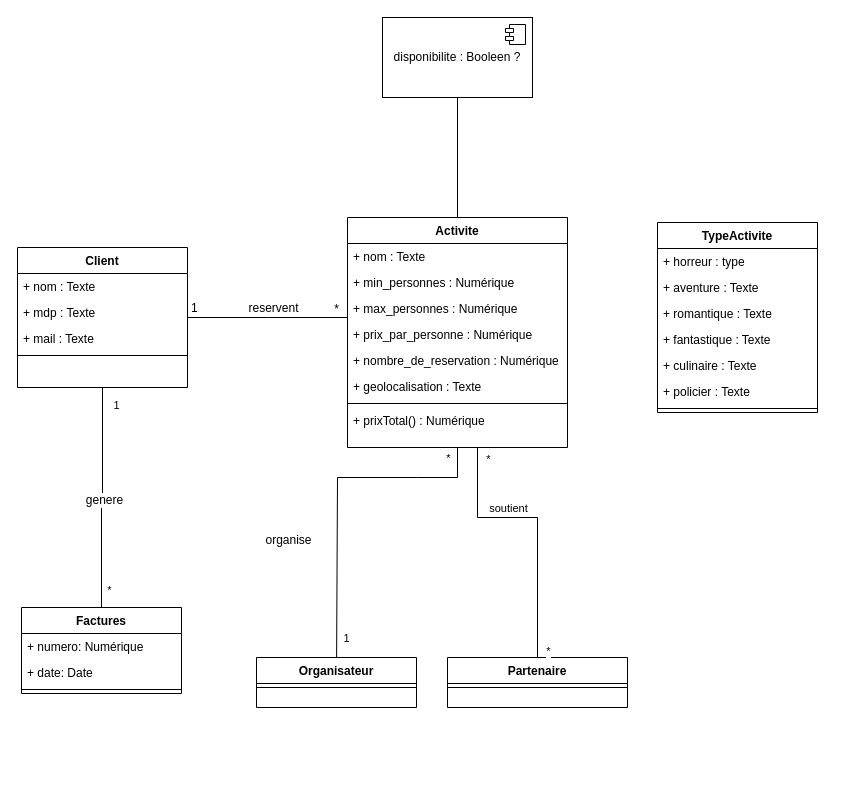
Jeremy-Cloarec/back-mystifolie keeps this draw.io diagram as Diagramme sans nom.drawio. Above is the earlier version. Source tidied: cells renumbered, new cells numbered last; positions are measured from the earlier drawing's top-left corner, leaving out a move shared by most shapes. Both pictures are drawn from the tidied source at 100%, with x=0, y=0 at pixel (17, 17).
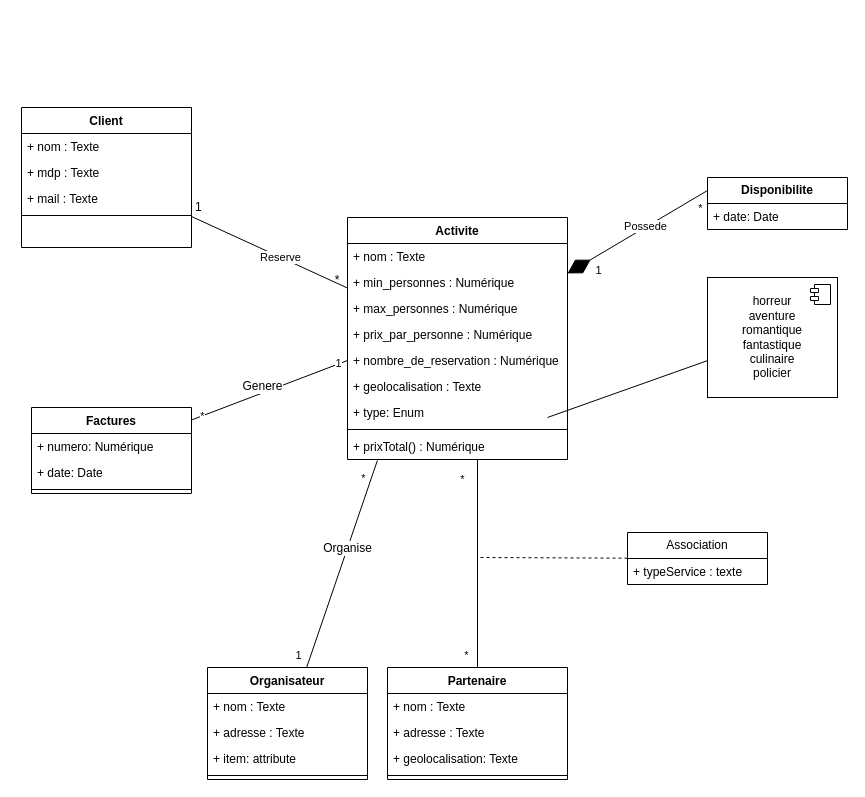
Above is the later version.

Unchanged cells that the change refers to:
```xml
<mxCell id="28" value="+ nombre_de_reservation : Numérique" style="text;align=left;verticalAlign=top;spacingLeft=4;spacingRight=4;overflow=hidden;points=[[0,0.5],[1,0.5]];portConstraint=eastwest;rounded=0;shadow=0;html=0;" parent="23" vertex="1">
  <mxGeometry y="130" width="220" height="26" as="geometry" />
</mxCell>
```

The edit, as a diff of the source:
```diff
@@
     <mxCell id="2" value="Partenaire" style="swimlane;fontStyle=1;align=center;verticalAlign=top;horizontal=1;startSize=26;rounded=0;shadow=0;strokeWidth=1;" parent="1" vertex="1">
-      <mxGeometry x="430" y="640" width="180" height="50" as="geometry" />
+      <mxGeometry x="370" y="650" width="180" height="112" as="geometry" />
     </mxCell>
+    <mxCell id="51" value="+ nom : Texte" style="text;strokeColor=none;fillColor=none;align=left;verticalAlign=top;spacingLeft=4;spacingRight=4;overflow=hidden;whiteSpace=wrap;html=1;" parent="2" vertex="1">
+      <mxGeometry y="26" width="180" height="26" as="geometry" />
+    </mxCell>
+    <mxCell id="52" value="+ adresse : Texte" style="text;strokeColor=none;fillColor=none;align=left;verticalAlign=top;spacingLeft=4;spacingRight=4;overflow=hidden;whiteSpace=wrap;html=1;" parent="2" vertex="1">
+      <mxGeometry y="52" width="180" height="26" as="geometry" />
+    </mxCell>
+    <mxCell id="53" value="+ geolocalisation: Texte" style="text;strokeColor=none;fillColor=none;align=left;verticalAlign=top;spacingLeft=4;spacingRight=4;overflow=hidden;whiteSpace=wrap;html=1;" parent="2" vertex="1">
+      <mxGeometry y="78" width="180" height="26" as="geometry" />
+    </mxCell>
     <mxCell id="3" style="line;html=1;strokeWidth=1;align=left;verticalAlign=middle;spacingTop=-1;spacingLeft=3;spacingRight=3;labelPosition=right;" parent="2" vertex="1">
-      <mxGeometry y="26" width="180" height="8" as="geometry" />
+      <mxGeometry y="104" width="180" height="8" as="geometry" />
     </mxCell>
     <mxCell id="4" value="Client" style="swimlane;fontStyle=1;align=center;verticalAlign=top;horizontal=1;startSize=26;rounded=0;shadow=0;strokeWidth=1;" parent="1" vertex="1">
-      <mxGeometry y="230" width="170" height="140" as="geometry" />
+      <mxGeometry x="4" y="90" width="170" height="140" as="geometry" />
     </mxCell>
@@
     <mxCell id="9" value="Factures" style="swimlane;fontStyle=1;align=center;verticalAlign=top;horizontal=1;startSize=26;rounded=0;shadow=0;strokeWidth=1;" parent="1" vertex="1">
-      <mxGeometry x="4" y="590" width="160" height="86" as="geometry" />
+      <mxGeometry x="14" y="390" width="160" height="86" as="geometry" />
     </mxCell>
@@
-    <mxCell id="13" style="endArrow=none;endSize=10;endFill=0;shadow=0;strokeWidth=1;rounded=0;curved=0;edgeStyle=elbowEdgeStyle;elbow=vertical;strokeColor=default;entryX=0.5;entryY=1;entryDx=0;entryDy=0;" parent="1" edge="1" source="9" target="4">
+    <mxCell id="13" style="endArrow=none;endSize=10;endFill=0;shadow=0;strokeWidth=1;rounded=0;elbow=vertical;strokeColor=default;entryX=0;entryY=0.5;entryDx=0;entryDy=0;" parent="1" edge="1" source="9" target="28">
       <mxGeometry relative="1" as="geometry" />
     </mxCell>
-    <mxCell id="14" value="genere" style="edgeLabel;html=1;align=center;verticalAlign=middle;fontSize=12;" parent="13" vertex="1">
+    <mxCell id="14" value="Genere" style="edgeLabel;html=1;align=center;verticalAlign=middle;fontSize=12;" parent="13" vertex="1">
       <mxGeometry x="-0.1" y="-2" relative="1" as="geometry">
         <mxPoint y="-9" as="offset" />
       </mxGeometry>
     </mxCell>
     <mxCell id="15" value="*" style="edgeLabel;html=1;align=center;verticalAlign=middle;" parent="13" vertex="1">
       <mxGeometry x="-0.81" y="1" relative="1" as="geometry">
-        <mxPoint x="8" y="3" as="offset" />
+        <mxPoint x="-4" y="3" as="offset" />
       </mxGeometry>
     </mxCell>
     <mxCell id="16" value="1" style="edgeLabel;html=1;align=center;verticalAlign=middle;" parent="13" vertex="1">
       <mxGeometry x="0.81" y="-1" relative="1" as="geometry">
-        <mxPoint x="12" y="-4" as="offset" />
+        <mxPoint x="5" y="-4" as="offset" />
       </mxGeometry>
     </mxCell>
-    <mxCell id="17" style="edgeStyle=none;curved=0;rounded=0;jettySize=auto;html=1;fontSize=12;startSize=8;endSize=8;entryX=0.5;entryY=1;entryDx=0;entryDy=0;endArrow=none;endFill=0;" parent="1" edge="1" source="21" target="23">
-      <mxGeometry relative="1" as="geometry">
-        <Array as="points">
-          <mxPoint x="320" y="460" />
-          <mxPoint x="400" y="460" />
-          <mxPoint x="440" y="460" />
-        </Array>
-      </mxGeometry>
+    <mxCell id="17" style="rounded=0;jettySize=auto;html=1;fontSize=12;startSize=8;endSize=8;entryX=0.136;entryY=1.035;entryDx=0;entryDy=0;endArrow=none;endFill=0;entryPerimeter=0;" parent="1" edge="1" source="21" target="31">
+      <mxGeometry relative="1" as="geometry" />
     </mxCell>
-    <mxCell id="18" value="organise" style="edgeLabel;html=1;align=center;verticalAlign=middle;fontSize=12;" parent="17" vertex="1">
+    <mxCell id="18" value="Organise" style="edgeLabel;html=1;align=center;verticalAlign=middle;fontSize=12;" parent="17" vertex="1">
       <mxGeometry x="0.03" y="4" relative="1" as="geometry">
-        <mxPoint x="-45" y="53" as="offset" />
+        <mxPoint x="8" y="-11" as="offset" />
       </mxGeometry>
     </mxCell>
     <mxCell id="19" value="*" style="edgeLabel;html=1;align=center;verticalAlign=middle;" parent="17" vertex="1">
       <mxGeometry x="0.87" relative="1" as="geometry">
-        <mxPoint x="-10" y="-11" as="offset" />
+        <mxPoint x="-10" y="4" as="offset" />
       </mxGeometry>
     </mxCell>
     <mxCell id="20" value="1" style="edgeLabel;html=1;align=center;verticalAlign=middle;" parent="17" vertex="1">
       <mxGeometry x="-0.88" relative="1" as="geometry">
-        <mxPoint x="9" as="offset" />
+        <mxPoint x="-13" as="offset" />
       </mxGeometry>
     </mxCell>
     <mxCell id="21" value="Organisateur" style="swimlane;fontStyle=1;align=center;verticalAlign=top;horizontal=1;startSize=26;rounded=0;shadow=0;strokeWidth=1;" parent="1" vertex="1">
-      <mxGeometry x="239" y="640" width="160" height="50" as="geometry" />
+      <mxGeometry x="190" y="650" width="160" height="112" as="geometry" />
     </mxCell>
+    <mxCell id="54" value="+ nom : Texte" style="text;strokeColor=none;fillColor=none;align=left;verticalAlign=top;spacingLeft=4;spacingRight=4;overflow=hidden;whiteSpace=wrap;html=1;" parent="21" vertex="1">
+      <mxGeometry y="26" width="160" height="26" as="geometry" />
+    </mxCell>
+    <mxCell id="55" value="+ adresse : Texte" style="text;strokeColor=none;fillColor=none;align=left;verticalAlign=top;spacingLeft=4;spacingRight=4;overflow=hidden;whiteSpace=wrap;html=1;" parent="21" vertex="1">
+      <mxGeometry y="52" width="160" height="26" as="geometry" />
+    </mxCell>
+    <mxCell id="56" value="+ item: attribute" style="text;strokeColor=none;fillColor=none;align=left;verticalAlign=top;spacingLeft=4;spacingRight=4;overflow=hidden;whiteSpace=wrap;html=1;" parent="21" vertex="1">
+      <mxGeometry y="78" width="160" height="26" as="geometry" />
+    </mxCell>
     <mxCell id="22" style="line;html=1;strokeWidth=1;align=left;verticalAlign=middle;spacingTop=-1;spacingLeft=3;spacingRight=3;labelPosition=right;" parent="21" vertex="1">
-      <mxGeometry y="26" width="160" height="8" as="geometry" />
+      <mxGeometry y="104" width="160" height="8" as="geometry" />
     </mxCell>
     <mxCell id="23" value="Activite" style="swimlane;fontStyle=1;align=center;verticalAlign=top;horizontal=1;startSize=26;rounded=0;shadow=0;strokeWidth=1;" parent="1" vertex="1">
-      <mxGeometry x="330" y="200" width="220" height="230" as="geometry" />
+      <mxGeometry x="330" y="200" width="220" height="242" as="geometry" />
     </mxCell>
@@
+    <mxCell id="57" value="+ type: Enum" style="text;strokeColor=none;fillColor=none;align=left;verticalAlign=top;spacingLeft=4;spacingRight=4;overflow=hidden;points=[[0,0.5],[1,0.5]];portConstraint=eastwest;whiteSpace=wrap;html=1;" parent="23" vertex="1">
+      <mxGeometry y="182" width="220" height="26" as="geometry" />
+    </mxCell>
     <mxCell id="30" style="line;html=1;strokeWidth=1;align=left;verticalAlign=middle;spacingTop=-1;spacingLeft=3;spacingRight=3;labelPosition=right;" parent="23" vertex="1">
-      <mxGeometry y="182" width="220" height="8" as="geometry" />
+      <mxGeometry y="208" width="220" height="8" as="geometry" />
     </mxCell>
     <mxCell id="31" value="+ prixTotal() : Numérique" style="text;align=left;verticalAlign=top;spacingLeft=4;spacingRight=4;overflow=hidden;points=[[0,0.5],[1,0.5]];portConstraint=eastwest;" parent="23" vertex="1">
-      <mxGeometry y="190" width="220" height="26" as="geometry" />
+      <mxGeometry y="216" width="220" height="26" as="geometry" />
     </mxCell>
-    <mxCell id="32" style="endArrow=none;shadow=0;strokeWidth=1;rounded=0;curved=0;endFill=0;edgeStyle=elbowEdgeStyle;elbow=vertical;" parent="1" edge="1" source="4" target="23">
+    <mxCell id="32" style="endArrow=none;shadow=0;strokeWidth=1;rounded=0;endFill=0;elbow=vertical;" parent="1" edge="1" source="4" target="23">
       <mxGeometry x="0.5" y="41" relative="1" as="geometry">
         <mxPoint x="-40" y="32" as="offset" />
       </mxGeometry>
     </mxCell>
@@
-    <mxCell id="35" value="reservent" style="text;html=1;align=center;verticalAlign=middle;labelBackgroundColor=none;rounded=0;shadow=0;strokeWidth=1;fontSize=12;" parent="32" vertex="1">
-      <mxGeometry x="0.5" y="49" relative="1" as="geometry">
-        <mxPoint x="-35" y="39" as="offset" />
-      </mxGeometry>
-    </mxCell>
-    <mxCell id="36" style="edgeStyle=orthogonalEdgeStyle;rounded=0;jettySize=auto;html=1;endArrow=none;endFill=0;entryX=0.5;entryY=0;entryDx=0;entryDy=0;exitX=0.369;exitY=0.99;exitDx=0;exitDy=0;exitPerimeter=0;" parent="1" edge="1" source="37" target="23">
-      <mxGeometry relative="1" as="geometry">
-        <Array as="points">
-          <mxPoint x="440" y="49" />
-        </Array>
-      </mxGeometry>
-    </mxCell>
-    <mxCell id="37" value="&lt;span style=&quot;text-align: left; text-wrap: nowrap;&quot;&gt;disponibilite : Booleen ?&lt;/span&gt;" style="html=1;whiteSpace=wrap;" parent="1" vertex="1">
-      <mxGeometry x="365" width="150" height="80" as="geometry" />
-    </mxCell>
-    <mxCell id="38" style="shape=module;jettyWidth=8;jettyHeight=4;" parent="37" vertex="1">
-      <mxGeometry x="1" width="20" height="20" relative="1" as="geometry">
-        <mxPoint x="-27" y="7" as="offset" />
-      </mxGeometry>
-    </mxCell>
+    <mxCell id="58" value="Reserve" style="edgeLabel;html=1;align=center;verticalAlign=middle;" parent="32" vertex="1">
+      <mxGeometry x="0.13" relative="1" as="geometry" />
+    </mxCell>
-    <mxCell id="39" style="edgeStyle=orthogonalEdgeStyle;rounded=0;jettySize=auto;html=1;endArrow=none;endFill=0;entryX=0.5;entryY=1;entryDx=0;entryDy=0;" parent="1" edge="1" source="2">
-      <mxGeometry relative="1" as="geometry">
-        <mxPoint x="460" y="429.8" as="targetPoint" />
-        <Array as="points">
-          <mxPoint x="520" y="500" />
-          <mxPoint x="460" y="500" />
-        </Array>
-      </mxGeometry>
+    <mxCell id="39" style="rounded=0;jettySize=auto;html=1;endArrow=none;endFill=0;entryX=0.591;entryY=0.988;entryDx=0;entryDy=0;entryPerimeter=0;" parent="1" edge="1" source="2" target="31">
+      <mxGeometry relative="1" as="geometry" />
     </mxCell>
-    <mxCell id="40" value="soutient" style="edgeLabel;html=1;align=center;verticalAlign=middle;" parent="39" vertex="1">
-      <mxGeometry x="-0.21" y="1" relative="1" as="geometry">
-        <mxPoint x="-29" y="-43" as="offset" />
-      </mxGeometry>
-    </mxCell>
     <mxCell id="41" value="*" style="edgeLabel;html=1;align=center;verticalAlign=middle;" parent="39" vertex="1">
       <mxGeometry x="0.69" y="-1" relative="1" as="geometry">
-        <mxPoint x="9" y="-31" as="offset" />
+        <mxPoint x="-17" y="-13" as="offset" />
       </mxGeometry>
     </mxCell>
     <mxCell id="42" value="*" style="edgeLabel;html=1;align=center;verticalAlign=middle;" parent="1" vertex="1">
-      <mxGeometry x="530" y="633" as="geometry" />
+      <mxGeometry x="440" y="650" as="geometry">
+        <mxPoint x="8" y="-13" as="offset" />
+      </mxGeometry>
     </mxCell>
-    <mxCell id="43" value="TypeActivite" style="swimlane;fontStyle=1;align=center;verticalAlign=top;horizontal=1;startSize=26;whiteSpace=wrap;html=1;" parent="1" vertex="1">
-      <mxGeometry x="640" y="205" width="160" height="190" as="geometry" />
-    </mxCell>
-    <mxCell id="44" value="+ horreur : type" style="text;strokeColor=none;fillColor=none;align=left;verticalAlign=top;spacingLeft=4;spacingRight=4;overflow=hidden;whiteSpace=wrap;html=1;" parent="43" vertex="1">
-      <mxGeometry y="26" width="160" height="26" as="geometry" />
-    </mxCell>
-    <mxCell id="45" value="+ aventure : Texte" style="text;strokeColor=none;fillColor=none;align=left;verticalAlign=top;spacingLeft=4;spacingRight=4;overflow=hidden;whiteSpace=wrap;html=1;" parent="43" vertex="1">
-      <mxGeometry y="52" width="160" height="26" as="geometry" />
-    </mxCell>
-    <mxCell id="46" value="+ romantique : Texte" style="text;strokeColor=none;fillColor=none;align=left;verticalAlign=top;spacingLeft=4;spacingRight=4;overflow=hidden;whiteSpace=wrap;html=1;" parent="43" vertex="1">
-      <mxGeometry y="78" width="160" height="26" as="geometry" />
-    </mxCell>
-    <mxCell id="47" value="+ fantastique&lt;span style=&quot;background-color: initial;&quot;&gt;&amp;nbsp;: Texte&lt;/span&gt;" style="text;strokeColor=none;fillColor=none;align=left;verticalAlign=top;spacingLeft=4;spacingRight=4;overflow=hidden;whiteSpace=wrap;html=1;" parent="43" vertex="1">
-      <mxGeometry y="104" width="160" height="26" as="geometry" />
-    </mxCell>
-    <mxCell id="48" value="+ culinaire : Texte" style="text;strokeColor=none;fillColor=none;align=left;verticalAlign=top;spacingLeft=4;spacingRight=4;overflow=hidden;whiteSpace=wrap;html=1;" parent="43" vertex="1">
-      <mxGeometry y="130" width="160" height="26" as="geometry" />
-    </mxCell>
-    <mxCell id="49" value="+ policier : Texte" style="text;strokeColor=none;fillColor=none;align=left;verticalAlign=top;spacingLeft=4;spacingRight=4;overflow=hidden;whiteSpace=wrap;html=1;" parent="43" vertex="1">
-      <mxGeometry y="156" width="160" height="26" as="geometry" />
-    </mxCell>
-    <mxCell id="50" style="line;strokeWidth=1;fillColor=none;align=left;verticalAlign=middle;spacingTop=-1;spacingLeft=3;spacingRight=3;labelPosition=right;strokeColor=inherit;" parent="43" vertex="1">
-      <mxGeometry y="182" width="160" height="8" as="geometry" />
-    </mxCell>
+    <mxCell id="59" value="&lt;b&gt;Disponibilite&lt;/b&gt;" style="swimlane;fontStyle=0;horizontal=1;startSize=26;fillColor=none;whiteSpace=wrap;html=1;" parent="1" vertex="1">
+      <mxGeometry x="690" y="160" width="140" height="52" as="geometry" />
+    </mxCell>
+    <mxCell id="60" value="+ date: Date" style="text;strokeColor=none;fillColor=none;align=left;verticalAlign=top;spacingLeft=4;spacingRight=4;overflow=hidden;whiteSpace=wrap;html=1;" parent="59" vertex="1">
+      <mxGeometry y="26" width="140" height="26" as="geometry" />
+    </mxCell>
+    <mxCell id="61" style="rounded=0;jettySize=auto;html=1;endArrow=none;endFill=0;entryX=0.909;entryY=0.692;entryDx=0;entryDy=0;entryPerimeter=0;" parent="1" edge="1" source="62" target="57">
+      <mxGeometry relative="1" as="geometry" />
+    </mxCell>
+    <mxCell id="62" value="horreur&lt;div&gt;aventure&lt;/div&gt;&lt;div&gt;romantique&lt;/div&gt;&lt;div&gt;fantastique&lt;/div&gt;&lt;div&gt;culinaire&lt;/div&gt;&lt;div&gt;policier&lt;/div&gt;" style="html=1;whiteSpace=wrap;" parent="1" vertex="1">
+      <mxGeometry x="690" y="260" width="130" height="120" as="geometry" />
+    </mxCell>
+    <mxCell id="63" style="shape=module;jettyWidth=8;jettyHeight=4;" parent="62" vertex="1">
+      <mxGeometry x="1" width="20" height="20" relative="1" as="geometry">
+        <mxPoint x="-27" y="7" as="offset" />
+      </mxGeometry>
+    </mxCell>
+    <mxCell id="64" style="endArrow=diamondThin;endFill=1;endSize=24;html=1;rounded=0;exitX=0;exitY=0.25;exitDx=0;exitDy=0;" parent="1" edge="1" source="59" target="23">
+      <mxGeometry relative="1" as="geometry" />
+    </mxCell>
+    <mxCell id="65" value="1" style="edgeLabel;html=1;align=center;verticalAlign=middle;" parent="64" vertex="1">
+      <mxGeometry x="0.87" y="2" relative="1" as="geometry">
+        <mxPoint x="20" as="offset" />
+      </mxGeometry>
+    </mxCell>
+    <mxCell id="66" value="*" style="edgeLabel;html=1;align=center;verticalAlign=middle;" parent="64" vertex="1">
+      <mxGeometry x="-0.89" y="1" relative="1" as="geometry">
+        <mxPoint y="12" as="offset" />
+      </mxGeometry>
+    </mxCell>
+    <mxCell id="67" value="Possede" style="edgeLabel;html=1;align=center;verticalAlign=middle;" parent="64" vertex="1">
+      <mxGeometry x="-0.12" y="-1" relative="1" as="geometry" />
+    </mxCell>
+    <mxCell id="68" style="rounded=0;jettySize=auto;html=1;endArrow=none;endFill=0;dashed=1;" parent="1" edge="1" source="69">
+      <mxGeometry relative="1" as="geometry">
+        <mxPoint x="460" y="540" as="targetPoint" />
+      </mxGeometry>
+    </mxCell>
+    <mxCell id="69" value="Association" style="swimlane;fontStyle=0;horizontal=1;startSize=26;fillColor=none;whiteSpace=wrap;html=1;" parent="1" vertex="1">
+      <mxGeometry x="610" y="515" width="140" height="52" as="geometry" />
+    </mxCell>
+    <mxCell id="70" value="+ typeService : texte" style="text;strokeColor=none;fillColor=none;align=left;verticalAlign=top;spacingLeft=4;spacingRight=4;overflow=hidden;whiteSpace=wrap;html=1;" parent="69" vertex="1">
+      <mxGeometry y="26" width="140" height="26" as="geometry" />
+    </mxCell>
```
